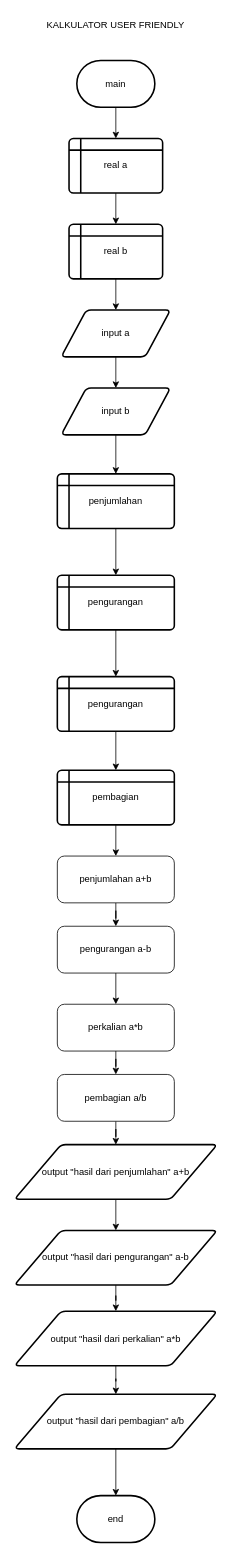
This is 02 Masukan dan Keluaran/farhan_flowchart_4.drawio from hanrizki/DDP-MI-23, a draw.io file, before an edit. Source tidied: cells renumbered, new cells numbered last; positions are measured from the earlier drawing's top-left corner, leaving out a move shared by most shapes. Both pictures are drawn from the tidied source at 78%, with x=0, y=0 at pixel (14, 13).
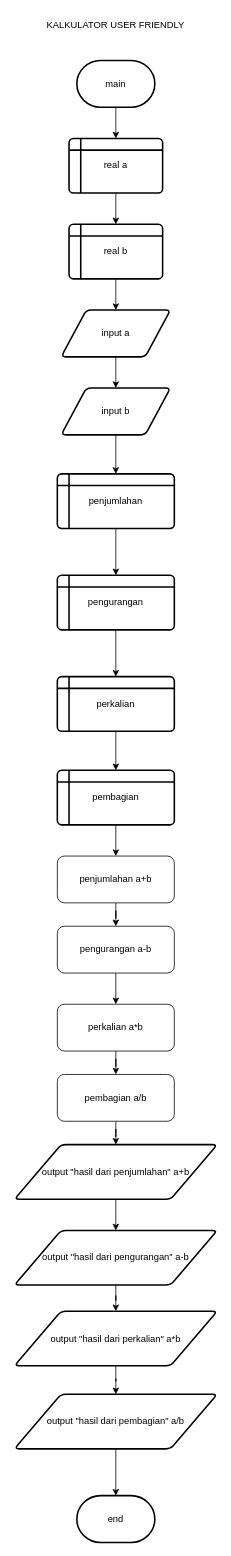
The same page after the edit.

Change to the diagram source:
```diff
@@
-    <mxCell id="18" value="pengurangan" style="shape=internalStorage;whiteSpace=wrap;html=1;dx=15;dy=15;rounded=1;arcSize=8;strokeWidth=2;" parent="1" vertex="1">
+    <mxCell id="18" value="perkalian" style="shape=internalStorage;whiteSpace=wrap;html=1;dx=15;dy=15;rounded=1;arcSize=8;strokeWidth=2;" parent="1" vertex="1">
       <mxGeometry x="55" y="850" width="150" height="70" as="geometry" />
     </mxCell>
```
